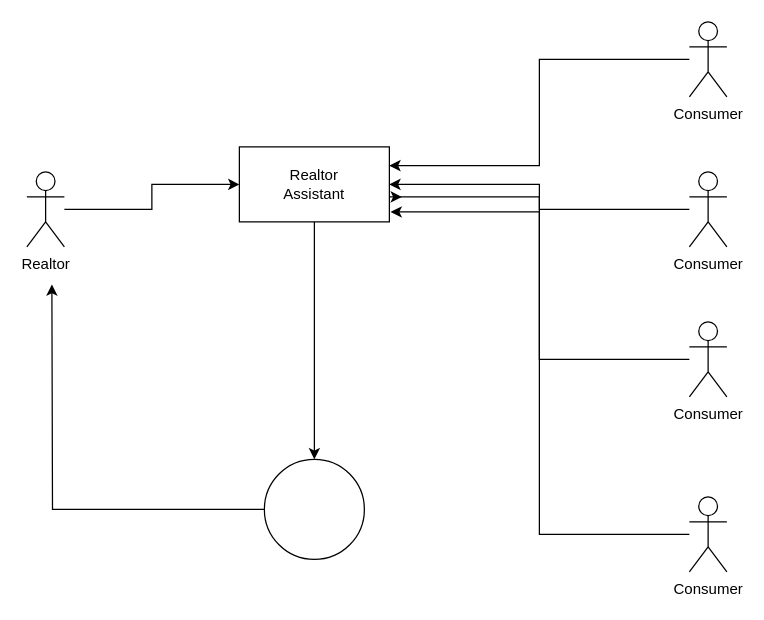
Before: page "Page-7" (7 of 11) of doc/MER.drawio in leucir/iara-web, a draw.io diagram. Source tidied: cells renumbered, new cells numbered last; positions are measured from the earlier drawing's top-left corner, leaving out a move shared by most shapes. Both pictures are drawn from the tidied source at 125%, with x=0, y=0 at pixel (26, 21).
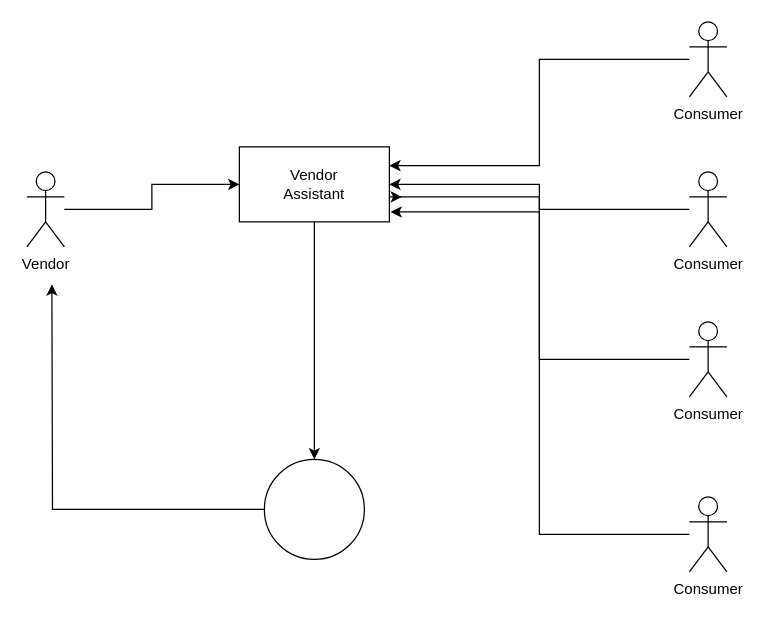
After the change.

Diff of the diagram source:
```diff
@@
 <mxGraphModel>
   <root>
     <mxCell id="0" />
     <mxCell id="1" parent="0" />
     <mxCell id="2" style="edgeStyle=orthogonalEdgeStyle;rounded=0;jettySize=auto;html=1;entryX=0;entryY=0.5;entryDx=0;entryDy=0;" parent="1" edge="1" source="3" target="13">
       <mxGeometry relative="1" as="geometry" />
     </mxCell>
-    <mxCell id="3" value="Realtor" style="shape=umlActor;verticalLabelPosition=bottom;verticalAlign=top;html=1;outlineConnect=0;" parent="1" vertex="1">
+    <mxCell id="3" value="Vendor" style="shape=umlActor;verticalLabelPosition=bottom;verticalAlign=top;html=1;outlineConnect=0;" parent="1" vertex="1">
       <mxGeometry y="120" width="30" height="60" as="geometry" />
     </mxCell>
     <mxCell id="4" style="edgeStyle=orthogonalEdgeStyle;rounded=0;jettySize=auto;html=1;entryX=1;entryY=0.5;entryDx=0;entryDy=0;" parent="1" edge="1" source="5" target="13">
       <mxGeometry relative="1" as="geometry" />
     </mxCell>
     <mxCell id="5" value="Consumer" style="shape=umlActor;verticalLabelPosition=bottom;verticalAlign=top;html=1;outlineConnect=0;" parent="1" vertex="1">
       <mxGeometry x="530" y="120" width="30" height="60" as="geometry" />
     </mxCell>
     <mxCell id="6" style="edgeStyle=orthogonalEdgeStyle;rounded=0;jettySize=auto;html=1;entryX=1;entryY=0.25;entryDx=0;entryDy=0;" parent="1" edge="1" source="7" target="13">
       <mxGeometry relative="1" as="geometry" />
     </mxCell>
     <mxCell id="7" value="Consumer" style="shape=umlActor;verticalLabelPosition=bottom;verticalAlign=top;html=1;outlineConnect=0;" parent="1" vertex="1">
       <mxGeometry x="530" width="30" height="60" as="geometry" />
     </mxCell>
     <mxCell id="8" style="edgeStyle=orthogonalEdgeStyle;rounded=0;jettySize=auto;html=1;" parent="1" edge="1" source="9">
       <mxGeometry relative="1" as="geometry">
         <mxPoint x="300" y="140" as="targetPoint" />
         <Array as="points">
           <mxPoint x="410" y="270" />
           <mxPoint x="410" y="140" />
           <mxPoint x="290" y="140" />
         </Array>
       </mxGeometry>
     </mxCell>
     <mxCell id="9" value="Consumer" style="shape=umlActor;verticalLabelPosition=bottom;verticalAlign=top;html=1;outlineConnect=0;" parent="1" vertex="1">
       <mxGeometry x="530" y="240" width="30" height="60" as="geometry" />
     </mxCell>
     <mxCell id="10" style="edgeStyle=orthogonalEdgeStyle;rounded=0;jettySize=auto;html=1;entryX=1.008;entryY=0.867;entryDx=0;entryDy=0;entryPerimeter=0;" parent="1" edge="1" source="11" target="13">
       <mxGeometry relative="1" as="geometry" />
     </mxCell>
     <mxCell id="11" value="Consumer" style="shape=umlActor;verticalLabelPosition=bottom;verticalAlign=top;html=1;outlineConnect=0;" parent="1" vertex="1">
       <mxGeometry x="530" y="380" width="30" height="60" as="geometry" />
     </mxCell>
     <mxCell id="12" style="edgeStyle=orthogonalEdgeStyle;rounded=0;jettySize=auto;html=1;entryX=0.5;entryY=0;entryDx=0;entryDy=0;" parent="1" edge="1" source="13" target="15">
       <mxGeometry relative="1" as="geometry" />
     </mxCell>
-    <mxCell id="13" value="Realtor&lt;br&gt;Assistant" style="rounded=0;whiteSpace=wrap;html=1;" parent="1" vertex="1">
+    <mxCell id="13" value="Vendor&lt;br&gt;Assistant" style="rounded=0;whiteSpace=wrap;html=1;" parent="1" vertex="1">
       <mxGeometry x="170" y="100" width="120" height="60" as="geometry" />
     </mxCell>
     <mxCell id="14" style="edgeStyle=orthogonalEdgeStyle;rounded=0;jettySize=auto;html=1;" parent="1" edge="1" source="15">
       <mxGeometry relative="1" as="geometry">
         <mxPoint x="20" y="210" as="targetPoint" />
       </mxGeometry>
     </mxCell>
     <mxCell id="15" style="ellipse;whiteSpace=wrap;html=1;" parent="1" vertex="1">
       <mxGeometry x="190" y="350" width="80" height="80" as="geometry" />
     </mxCell>
   </root>
 </mxGraphModel>
```
